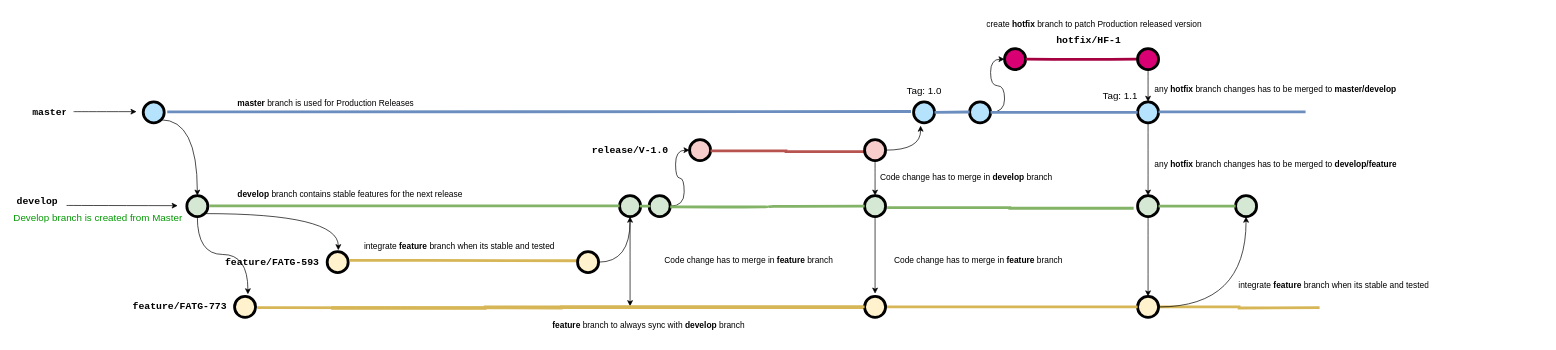
Before: Untitled Diagram.drawio in devenparab/draw.io, a draw.io diagram. Source tidied: cells renumbered, new cells numbered last; positions are measured from the earlier drawing's top-left corner, leaving out a move shared by most shapes. Both pictures are drawn from the tidied source at 70%, with x=0, y=0 at pixel (12, 12).
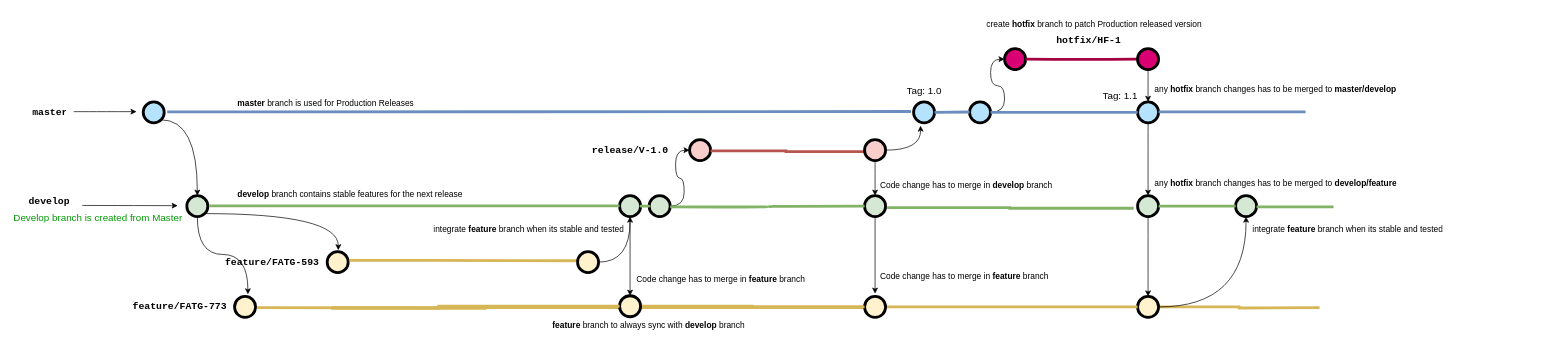
The same diagram, later.

Unchanged cells that the change refers to:
```xml
<mxCell id="19" style="verticalLabelPosition=bottom;verticalAlign=top;html=1;strokeWidth=4;shape=mxgraph.flowchart.on-page_reference;plain-purple;gradientColor=none;strokeColor=#000000;fillColor=#D5E8D4;" parent="1" vertex="1">
  <mxGeometry x="867.6" y="262" width="30" height="30" as="geometry" />
</mxCell>
<mxCell id="53" style="verticalLabelPosition=bottom;verticalAlign=top;html=1;strokeWidth=4;shape=mxgraph.flowchart.on-page_reference;strokeColor=#000000;fillColor=#fff2cc;" parent="1" vertex="1">
  <mxGeometry x="1217.6" y="406" width="30" height="30" as="geometry" />
</mxCell>
```

Diff of the diagram source:
```diff
@@
     <mxCell id="8" value="develop" style="text;html=1;strokeColor=none;fillColor=none;align=center;verticalAlign=middle;whiteSpace=wrap;overflow=hidden;fontSize=14;fontStyle=1;fontFamily=Courier New;" parent="1" vertex="1">
-      <mxGeometry y="250" width="71.8" height="42" as="geometry" />
+      <mxGeometry x="16.8" y="250" width="71.8" height="42" as="geometry" />
     </mxCell>
@@
-    <mxCell id="18" style="edgeStyle=orthogonalEdgeStyle;curved=1;jettySize=auto;html=1;" parent="1" edge="1" source="19">
-      <mxGeometry relative="1" as="geometry">
-        <mxPoint x="882.6" y="420" as="targetPoint" />
-      </mxGeometry>
-    </mxCell>
+    <mxCell id="72" style="edgeStyle=orthogonalEdgeStyle;rounded=0;jettySize=auto;html=1;entryX=0.5;entryY=0;entryDx=0;entryDy=0;entryPerimeter=0;" parent="1" edge="1" source="19" target="73">
+      <mxGeometry relative="1" as="geometry" />
+    </mxCell>
@@
     <mxCell id="51" style="endArrow=classic;html=1;strokeWidth=1;fontFamily=Courier New;fontColor=#009900;curved=1;" parent="1" edge="1">
       <mxGeometry relative="1" as="geometry">
-        <mxPoint x="77.6" y="276" as="sourcePoint" />
+        <mxPoint x="100" y="276" as="sourcePoint" />
         <mxPoint x="236.4" y="276.3" as="targetPoint" />
       </mxGeometry>
     </mxCell>
@@
-    <mxCell id="54" style="edgeStyle=orthogonalEdgeStyle;rounded=0;html=1;jettySize=auto;strokeWidth=4;endArrow=none;endFill=0;startArrow=none;fillColor=#fff2cc;strokeColor=#d6b656;" parent="1" edge="1" target="53">
-      <mxGeometry x="-392.4" y="446" as="geometry">
-        <mxPoint x="349.9" y="422" as="sourcePoint" />
-      </mxGeometry>
+    <mxCell id="54" style="edgeStyle=orthogonalEdgeStyle;rounded=0;html=1;jettySize=auto;strokeWidth=4;endArrow=none;endFill=0;startArrow=none;fillColor=#fff2cc;strokeColor=#d6b656;" parent="1" edge="1" source="73" target="53">
+      <mxGeometry x="-392.4" y="446" as="geometry" />
     </mxCell>
     <mxCell id="55" value="&lt;div&gt;Code change has to merge in &lt;b&gt;develop &lt;/b&gt;branch&lt;/div&gt;" style="text;html=1;strokeColor=none;fillColor=none;align=left;verticalAlign=middle;whiteSpace=wrap;overflow=hidden;fontSize=12;fontStyle=0;fontColor=#000000;" parent="1" vertex="1">
-      <mxGeometry x="1237.6" y="218" width="418.2" height="36" as="geometry" />
+      <mxGeometry x="1237.6" y="230" width="418.2" height="36" as="geometry" />
     </mxCell>
     <mxCell id="56" value="&lt;div&gt;Code change has to merge in &lt;b&gt;feature&amp;nbsp;&lt;/b&gt;branch&lt;/div&gt;" style="text;html=1;strokeColor=none;fillColor=none;align=left;verticalAlign=middle;whiteSpace=wrap;overflow=hidden;fontSize=12;fontStyle=0;fontColor=#000000;" parent="1" vertex="1">
-      <mxGeometry x="930" y="336" width="418.2" height="36" as="geometry" />
+      <mxGeometry x="890" y="364" width="418.2" height="36" as="geometry" />
     </mxCell>
@@
     <mxCell id="62" value="integrate &lt;b&gt;feature&lt;/b&gt; branch when its stable and tested" style="text;html=1;strokeColor=none;fillColor=none;align=left;verticalAlign=middle;whiteSpace=wrap;overflow=hidden;fontSize=12;fontStyle=0;fontColor=#000000;" parent="1" vertex="1">
-      <mxGeometry x="500.6" y="316" width="418.2" height="36" as="geometry" />
+      <mxGeometry x="600" y="292" width="418.2" height="36" as="geometry" />
     </mxCell>
@@
     <mxCell id="64" value="&lt;div&gt;any &lt;b&gt;hotfix&lt;/b&gt; branch changes has to be merged to &lt;b&gt;develop/feature&lt;/b&gt;&lt;/div&gt;" style="text;html=1;strokeColor=none;fillColor=none;align=left;verticalAlign=middle;whiteSpace=wrap;overflow=hidden;fontSize=12;fontStyle=0;fontColor=#000000;" parent="1" vertex="1">
-      <mxGeometry x="1630" y="200" width="418.2" height="36" as="geometry" />
+      <mxGeometry x="1630" y="226" width="418.2" height="36" as="geometry" />
     </mxCell>
     <mxCell id="65" value="integrate &lt;b&gt;feature&lt;/b&gt; branch when its stable and tested" style="text;html=1;strokeColor=none;fillColor=none;align=left;verticalAlign=middle;whiteSpace=wrap;overflow=hidden;fontSize=12;fontStyle=0;fontColor=#000000;" parent="1" vertex="1">
-      <mxGeometry x="1750" y="372" width="418.2" height="36" as="geometry" />
+      <mxGeometry x="1770" y="292" width="418.2" height="36" as="geometry" />
     </mxCell>
@@
     <mxCell id="69" value="&lt;div&gt;Code change has to merge in &lt;b&gt;feature&amp;nbsp;&lt;/b&gt;branch&lt;/div&gt;" style="text;html=1;strokeColor=none;fillColor=none;align=left;verticalAlign=middle;whiteSpace=wrap;overflow=hidden;fontSize=12;fontStyle=0;fontColor=#000000;" parent="1" vertex="1">
-      <mxGeometry x="1257.6" y="336" width="418.2" height="36" as="geometry" />
+      <mxGeometry x="1237.6" y="360" width="418.2" height="36" as="geometry" />
     </mxCell>
@@
+    <mxCell id="73" style="verticalLabelPosition=bottom;verticalAlign=top;html=1;strokeWidth=4;shape=mxgraph.flowchart.on-page_reference;strokeColor=#000000;fillColor=#fff2cc;" parent="1" vertex="1">
+      <mxGeometry x="867.6" y="405" width="30" height="30" as="geometry" />
+    </mxCell>
+    <mxCell id="74" style="edgeStyle=orthogonalEdgeStyle;rounded=0;html=1;jettySize=auto;strokeWidth=4;endArrow=none;endFill=0;startArrow=none;fillColor=#fff2cc;strokeColor=#d6b656;" parent="1" edge="1" target="73">
+      <mxGeometry x="-392.4" y="446" as="geometry">
+        <mxPoint x="349.9" y="422" as="sourcePoint" />
+      </mxGeometry>
+    </mxCell>
+    <mxCell id="75" style="edgeStyle=orthogonalEdgeStyle;rounded=0;html=1;jettySize=auto;orthogonalLoop=1;strokeWidth=4;endArrow=none;endFill=0;curved=1;startArrow=none;fillColor=#d5e8d4;strokeColor=#82b366;" parent="1" edge="1">
+      <mxGeometry x="-176.4" y="297.5" as="geometry">
+        <mxPoint x="1777.6" y="278" as="sourcePoint" />
+        <mxPoint x="1887.6" y="278" as="targetPoint" />
+      </mxGeometry>
+    </mxCell>
```
